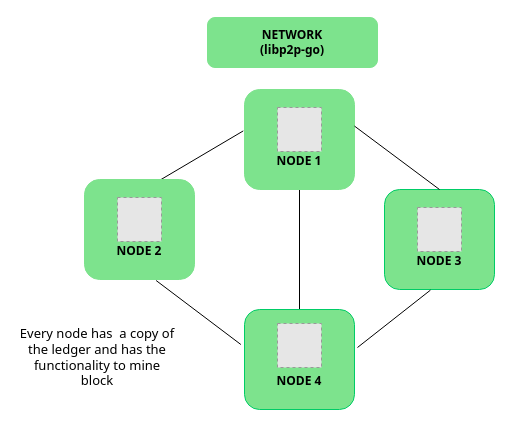
The draw.io diagram page "Page-1" (1 of 2) of public/networking-overview.drawio in TheDhejavu/the-crypto-project, before the edit. Source tidied: cells renumbered, new cells numbered last; positions are measured from the earlier drawing's top-left corner, leaving out a move shared by most shapes. Both pictures are drawn from the tidied source at 100%, with x=0, y=0 at pixel (17, 17). Pictures stored in the file or linked from it are replaced by grey dashed boxes.
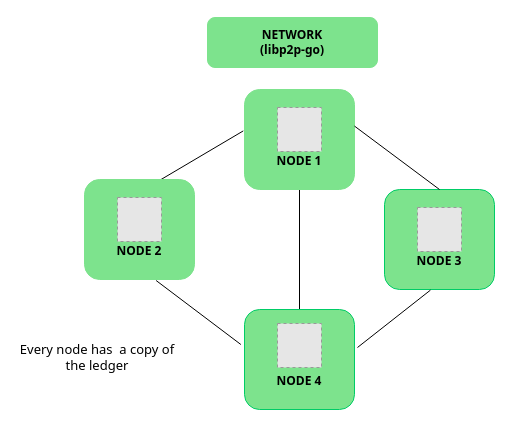
The same page after the edit.

Commit message (it also covers changes not shown here):
add flow diagram to readme

Unchanged cells that the change refers to:
```xml
<mxCell id="2" style="group;" parent="1" vertex="1">
  <mxGeometry width="477" height="392" as="geometry" />
</mxCell>
```

The edit, as a diff of the source:
```diff
@@
-    <mxCell id="4" value="&lt;font style=&quot;font-size: 13px;&quot;&gt;Every node has&amp;nbsp; a copy of the ledger and has the functionality to mine block&lt;/font&gt;" style="text;html=1;strokeColor=none;fillColor=none;align=center;verticalAlign=middle;whiteSpace=wrap;rounded=0;fontFamily=Tahoma;fontSize=13;fontColor=none;" parent="2" vertex="1">
+    <mxCell id="4" value="&lt;font style=&quot;font-size: 13px&quot;&gt;Every node has&amp;nbsp; a copy of the ledger&lt;/font&gt;" style="text;html=1;strokeColor=none;fillColor=none;align=center;verticalAlign=middle;whiteSpace=wrap;rounded=0;fontFamily=Tahoma;fontSize=13;fontColor=none;" parent="2" vertex="1">
       <mxGeometry y="330" width="160" height="20" as="geometry" />
     </mxCell>
```
